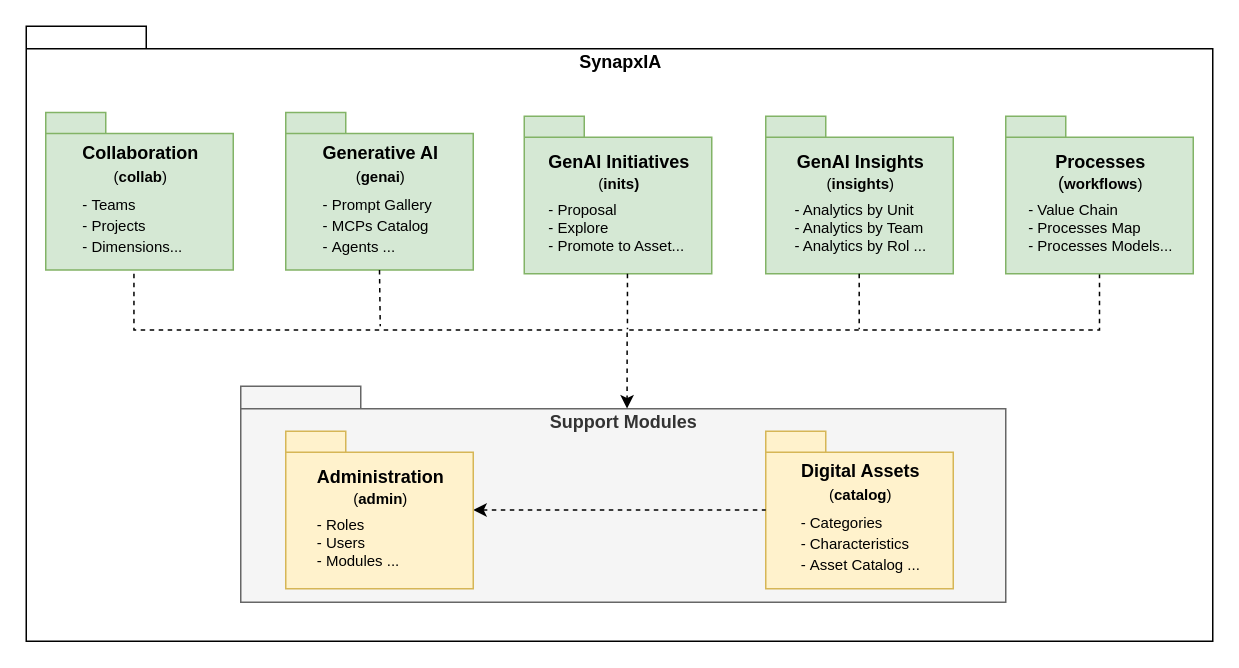
Earlier version of the draw.io diagram page "SynapxIA" (1 of 8) of docs/Synapxia.drawio (abc-flex/synapxia). Source tidied: cells renumbered, new cells numbered last; positions are measured from the earlier drawing's top-left corner, leaving out a move shared by most shapes. Both pictures are drawn from the tidied source at 150%, with x=0, y=0 at pixel (26, 26).
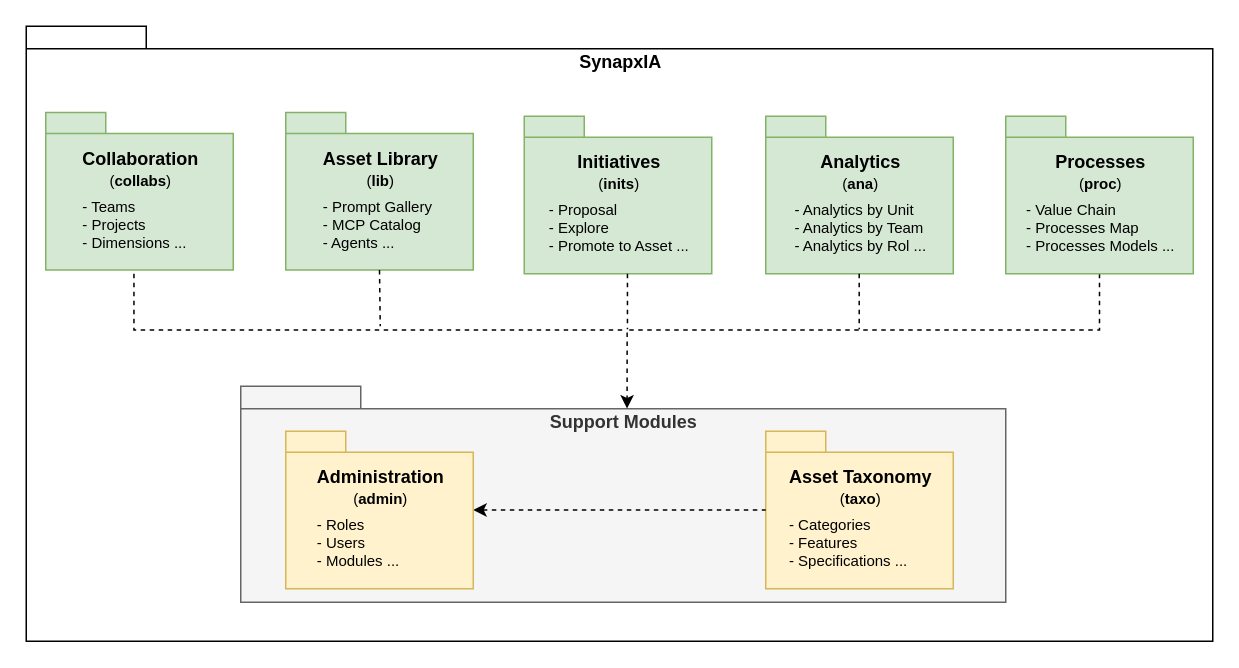
The same diagram, later.

Commit message (it also covers changes not shown here):
chore: proposal for models  update

Change to the diagram source:
```diff
@@
-    <mxCell id="4" value="Collaboration&lt;br&gt;&lt;font style=&quot;&quot;&gt;&lt;span style=&quot;font-weight: 400; font-size: 10px;&quot;&gt;(&lt;/span&gt;&lt;span style=&quot;font-size: 10px;&quot;&gt;collab&lt;/span&gt;&lt;/font&gt;&lt;font style=&quot;font-size: 4px;&quot;&gt;&lt;span style=&quot;font-size: 10px; font-weight: normal;&quot;&gt;)&lt;/span&gt;&lt;br&gt;&lt;div style=&quot;text-align: left;&quot;&gt;&lt;span style=&quot;font-weight: normal;&quot;&gt;&lt;font style=&quot;font-size: 4px;&quot;&gt;&lt;br&gt;&lt;/font&gt;&lt;/span&gt;&lt;/div&gt;&lt;/font&gt;&lt;div style=&quot;text-align: left;&quot;&gt;&lt;span style=&quot;font-size: 4px; font-weight: normal;&quot;&gt;&lt;font style=&quot;font-size: 10px;&quot;&gt;-&amp;nbsp;&lt;/font&gt;&lt;/span&gt;&lt;span style=&quot;background-color: transparent; text-align: center; font-size: 10px; font-weight: 400;&quot;&gt;Teams&lt;/span&gt;&lt;/div&gt;&lt;div style=&quot;text-align: left;&quot;&gt;&lt;span style=&quot;background-color: transparent; text-align: center; font-size: 10px; font-weight: 400;&quot;&gt;- Projects&lt;/span&gt;&lt;/div&gt;&lt;div style=&quot;text-align: left;&quot;&gt;&lt;span style=&quot;font-size: 10px; font-weight: normal;&quot;&gt;&lt;font style=&quot;font-size: 10px;&quot;&gt;-&amp;nbsp;&lt;/font&gt;&lt;/span&gt;&lt;span style=&quot;background-color: transparent; text-align: center; font-size: 10px; font-weight: 400;&quot;&gt;Dimensions&lt;/span&gt;&lt;span style=&quot;background-color: transparent; font-size: 10px; font-weight: 400; text-align: center; color: light-dark(rgb(0, 0, 0), rgb(255, 255, 255));&quot;&gt;...&lt;/span&gt;&lt;/div&gt;" style="shape=folder;fontStyle=1;spacingTop=12;tabWidth=40;tabHeight=14;tabPosition=left;html=1;fillColor=#d5e8d4;strokeColor=#82b366;" parent="1" vertex="1">
+    <mxCell id="4" value="Collaboration&lt;br&gt;&lt;font style=&quot;font-size: 10px;&quot;&gt;&lt;span style=&quot;font-weight: normal;&quot;&gt;(&lt;/span&gt;collabs&lt;/font&gt;&lt;font style=&quot;font-size: 10px;&quot;&gt;&lt;span style=&quot;font-weight: 400;&quot;&gt;)&lt;/span&gt;&lt;br&gt;&lt;div style=&quot;text-align: left; font-size: 4px;&quot;&gt;&lt;span style=&quot;font-weight: 400;&quot;&gt;&lt;br&gt;&lt;/span&gt;&lt;/div&gt;&lt;div style=&quot;text-align: left;&quot;&gt;&lt;span style=&quot;font-weight: 400;&quot;&gt;- Teams&lt;/span&gt;&lt;/div&gt;&lt;div style=&quot;text-align: left;&quot;&gt;&lt;span style=&quot;font-weight: 400;&quot;&gt;-&amp;nbsp;&lt;/span&gt;&lt;span style=&quot;font-weight: 400; background-color: transparent; color: light-dark(rgb(0, 0, 0), rgb(255, 255, 255));&quot;&gt;Projects&lt;/span&gt;&lt;/div&gt;&lt;div style=&quot;text-align: left;&quot;&gt;&lt;span style=&quot;font-weight: 400; background-color: transparent; color: light-dark(rgb(0, 0, 0), rgb(255, 255, 255));&quot;&gt;- Dimensions ...&lt;/span&gt;&lt;/div&gt;&lt;/font&gt;" style="shape=folder;fontStyle=1;spacingTop=12;tabWidth=40;tabHeight=14;tabPosition=left;html=1;fillColor=#d5e8d4;strokeColor=#82b366;" parent="1" vertex="1">
       <mxGeometry x="13" y="57.5" width="125" height="105" as="geometry" />
     </mxCell>
-    <mxCell id="5" value="Generative AI&lt;br style=&quot;border-color: var(--border-color);&quot;&gt;&lt;font style=&quot;border-color: var(--border-color); font-size: 10px;&quot;&gt;&lt;span style=&quot;font-weight: normal;&quot;&gt;(&lt;/span&gt;genai&lt;/font&gt;&lt;span style=&quot;border-color: var(--border-color); font-weight: normal; font-size: 10px;&quot;&gt;)&lt;br&gt;&lt;/span&gt;&lt;div style=&quot;text-align: left; font-size: 4px;&quot;&gt;&lt;span style=&quot;font-weight: normal;&quot;&gt;&lt;font style=&quot;font-size: 4px;&quot;&gt;&lt;br&gt;&lt;/font&gt;&lt;/span&gt;&lt;/div&gt;&lt;div style=&quot;text-align: left;&quot;&gt;&lt;span style=&quot;font-size: 10px; font-weight: normal; background-color: initial;&quot;&gt;-&amp;nbsp;&lt;/span&gt;&lt;span style=&quot;background-color: transparent; text-align: center; font-size: 10px; font-weight: 400;&quot;&gt;Prompt Gallery&lt;/span&gt;&lt;/div&gt;&lt;div style=&quot;text-align: left;&quot;&gt;&lt;span style=&quot;font-size: 10px; font-weight: normal;&quot;&gt;&lt;font style=&quot;font-size: 10px;&quot;&gt;-&amp;nbsp;&lt;/font&gt;&lt;/span&gt;&lt;span style=&quot;background-color: transparent; text-align: center; font-size: 10px; font-weight: 400;&quot;&gt;MCPs Catalog&lt;/span&gt;&lt;/div&gt;&lt;div style=&quot;text-align: left;&quot;&gt;&lt;span style=&quot;font-size: 10px; font-weight: normal; background-color: transparent; color: light-dark(rgb(0, 0, 0), rgb(255, 255, 255));&quot;&gt;-&amp;nbsp;&lt;/span&gt;&lt;span style=&quot;background-color: transparent; text-align: center; font-size: 10px; font-weight: 400;&quot;&gt;Agents ...&lt;/span&gt;&lt;/div&gt;" style="shape=folder;fontStyle=1;spacingTop=12;tabWidth=40;tabHeight=14;tabPosition=left;html=1;fillColor=#d5e8d4;strokeColor=#82b366;" parent="1" vertex="1">
+    <mxCell id="5" value="Asset Library&lt;br&gt;&lt;font style=&quot;font-size: 10px;&quot;&gt;&lt;span style=&quot;font-weight: normal;&quot;&gt;(&lt;/span&gt;lib&lt;/font&gt;&lt;font style=&quot;font-size: 10px;&quot;&gt;&lt;span style=&quot;font-weight: 400;&quot;&gt;)&lt;/span&gt;&lt;br&gt;&lt;div style=&quot;text-align: left; font-size: 4px;&quot;&gt;&lt;span style=&quot;font-weight: 400;&quot;&gt;&lt;br&gt;&lt;/span&gt;&lt;/div&gt;&lt;div style=&quot;text-align: left;&quot;&gt;&lt;span style=&quot;font-weight: 400;&quot;&gt;-&amp;nbsp;&lt;/span&gt;&lt;span style=&quot;font-weight: 400; background-color: transparent; color: light-dark(rgb(0, 0, 0), rgb(255, 255, 255));&quot;&gt;Prompt Gallery&lt;/span&gt;&lt;/div&gt;&lt;div style=&quot;text-align: left;&quot;&gt;&lt;span style=&quot;font-weight: 400;&quot;&gt;-&amp;nbsp;&lt;/span&gt;&lt;span style=&quot;font-weight: 400; background-color: transparent; color: light-dark(rgb(0, 0, 0), rgb(255, 255, 255));&quot;&gt;MCP Catalog&lt;/span&gt;&lt;/div&gt;&lt;div style=&quot;text-align: left;&quot;&gt;&lt;span style=&quot;font-weight: 400; background-color: transparent; color: light-dark(rgb(0, 0, 0), rgb(255, 255, 255));&quot;&gt;- Agents ...&lt;/span&gt;&lt;/div&gt;&lt;/font&gt;" style="shape=folder;fontStyle=1;spacingTop=12;tabWidth=40;tabHeight=14;tabPosition=left;html=1;fillColor=#d5e8d4;strokeColor=#82b366;" parent="1" vertex="1">
       <mxGeometry x="173" y="57.5" width="125" height="105" as="geometry" />
     </mxCell>
-    <mxCell id="6" value="GenAI Initiatives&lt;br&gt;&lt;font style=&quot;font-size: 10px;&quot;&gt;&lt;span style=&quot;font-weight: normal;&quot;&gt;(&lt;/span&gt;inits&lt;/font&gt;&lt;font style=&quot;font-size: 10px;&quot;&gt;)&lt;br&gt;&lt;div style=&quot;text-align: left; font-size: 4px;&quot;&gt;&lt;span style=&quot;font-weight: 400;&quot;&gt;&lt;br&gt;&lt;/span&gt;&lt;/div&gt;&lt;div style=&quot;text-align: left;&quot;&gt;&lt;span style=&quot;font-weight: 400;&quot;&gt;-&amp;nbsp;&lt;/span&gt;&lt;span style=&quot;font-weight: 400; background-color: transparent; color: light-dark(rgb(0, 0, 0), rgb(255, 255, 255));&quot;&gt;Proposal&lt;/span&gt;&lt;/div&gt;&lt;div style=&quot;text-align: left;&quot;&gt;&lt;span style=&quot;font-weight: 400;&quot;&gt;-&amp;nbsp;&lt;/span&gt;&lt;span style=&quot;font-weight: 400; background-color: transparent; color: light-dark(rgb(0, 0, 0), rgb(255, 255, 255));&quot;&gt;Explore&lt;/span&gt;&lt;/div&gt;&lt;div style=&quot;text-align: left;&quot;&gt;&lt;span style=&quot;font-weight: 400; background-color: transparent; color: light-dark(rgb(0, 0, 0), rgb(255, 255, 255));&quot;&gt;- Promote to Asset...&lt;/span&gt;&lt;/div&gt;&lt;/font&gt;" style="shape=folder;fontStyle=1;spacingTop=10;tabWidth=40;tabHeight=14;tabPosition=left;html=1;fillColor=#d5e8d4;strokeColor=#82b366;align=center;verticalAlign=middle;fontFamily=Helvetica;fontSize=12;fontColor=default;" parent="1" vertex="1">
+    <mxCell id="6" value="Initiatives&lt;br&gt;&lt;font style=&quot;font-size: 10px;&quot;&gt;&lt;span style=&quot;font-weight: normal;&quot;&gt;(&lt;/span&gt;inits&lt;/font&gt;&lt;font style=&quot;font-size: 10px;&quot;&gt;&lt;span style=&quot;font-weight: 400;&quot;&gt;)&lt;/span&gt;&lt;br&gt;&lt;div style=&quot;text-align: left; font-size: 4px;&quot;&gt;&lt;span style=&quot;font-weight: 400;&quot;&gt;&lt;br&gt;&lt;/span&gt;&lt;/div&gt;&lt;div style=&quot;text-align: left;&quot;&gt;&lt;span style=&quot;font-weight: 400;&quot;&gt;-&amp;nbsp;&lt;/span&gt;&lt;span style=&quot;font-weight: 400; background-color: transparent; color: light-dark(rgb(0, 0, 0), rgb(255, 255, 255));&quot;&gt;Proposal&lt;/span&gt;&lt;/div&gt;&lt;div style=&quot;text-align: left;&quot;&gt;&lt;span style=&quot;font-weight: 400;&quot;&gt;-&amp;nbsp;&lt;/span&gt;&lt;span style=&quot;font-weight: 400; background-color: transparent; color: light-dark(rgb(0, 0, 0), rgb(255, 255, 255));&quot;&gt;Explore&lt;/span&gt;&lt;/div&gt;&lt;div style=&quot;text-align: left;&quot;&gt;&lt;span style=&quot;font-weight: 400; background-color: transparent; color: light-dark(rgb(0, 0, 0), rgb(255, 255, 255));&quot;&gt;- Promote to Asset ...&lt;/span&gt;&lt;/div&gt;&lt;/font&gt;" style="shape=folder;fontStyle=1;spacingTop=10;tabWidth=40;tabHeight=14;tabPosition=left;html=1;fillColor=#d5e8d4;strokeColor=#82b366;align=center;verticalAlign=middle;fontFamily=Helvetica;fontSize=12;fontColor=default;" parent="1" vertex="1">
       <mxGeometry x="332" y="60" width="125" height="105" as="geometry" />
     </mxCell>
-    <mxCell id="7" value="GenAI Insights&lt;br style=&quot;border-color: var(--border-color);&quot;&gt;&lt;font style=&quot;border-color: var(--border-color); font-size: 10px;&quot;&gt;&lt;span style=&quot;font-weight: normal;&quot;&gt;(&lt;/span&gt;&lt;/font&gt;&lt;font style=&quot;border-color: var(--border-color); font-size: 4px;&quot;&gt;&lt;span style=&quot;border-color: var(--border-color); font-size: 10px;&quot;&gt;insights&lt;/span&gt;&lt;span style=&quot;border-color: var(--border-color); font-size: 10px; font-weight: normal;&quot;&gt;)&lt;/span&gt;&lt;br style=&quot;border-color: var(--border-color);&quot;&gt;&lt;div style=&quot;border-color: var(--border-color); text-align: left;&quot;&gt;&lt;span style=&quot;border-color: var(--border-color); font-weight: 400;&quot;&gt;&lt;br style=&quot;border-color: var(--border-color);&quot;&gt;&lt;/span&gt;&lt;/div&gt;&lt;div style=&quot;border-color: var(--border-color); text-align: left;&quot;&gt;&lt;span style=&quot;border-color: var(--border-color); font-size: 10px; font-weight: normal; background-color: initial;&quot;&gt;- Analytics by Unit&lt;/span&gt;&lt;br style=&quot;border-color: var(--border-color);&quot;&gt;&lt;/div&gt;&lt;/font&gt;&lt;div style=&quot;border-color: var(--border-color); text-align: left; font-size: 10px;&quot;&gt;&lt;font style=&quot;border-color: var(--border-color); font-weight: normal;&quot;&gt;- &lt;/font&gt;&lt;span style=&quot;font-weight: 400; background-color: transparent; color: light-dark(rgb(0, 0, 0), rgb(255, 255, 255));&quot;&gt;Analytics by Team&lt;/span&gt;&lt;/div&gt;&lt;div style=&quot;border-color: var(--border-color); text-align: left; font-size: 10px;&quot;&gt;&lt;font style=&quot;border-color: var(--border-color); font-weight: normal;&quot;&gt;- Analytics by Rol ...&lt;/font&gt;&lt;/div&gt;" style="shape=folder;fontStyle=1;spacingTop=10;tabWidth=40;tabHeight=14;tabPosition=left;html=1;fillColor=#d5e8d4;strokeColor=#82b366;" parent="1" vertex="1">
+    <mxCell id="7" value="Analytics&lt;br style=&quot;border-color: var(--border-color);&quot;&gt;&lt;font style=&quot;border-color: var(--border-color); font-size: 10px;&quot;&gt;&lt;span style=&quot;font-weight: normal;&quot;&gt;(&lt;/span&gt;&lt;/font&gt;&lt;font style=&quot;border-color: var(--border-color); font-size: 4px;&quot;&gt;&lt;span style=&quot;border-color: var(--border-color); font-size: 10px;&quot;&gt;ana&lt;/span&gt;&lt;span style=&quot;border-color: var(--border-color); font-size: 10px; font-weight: normal;&quot;&gt;)&lt;/span&gt;&lt;br style=&quot;border-color: var(--border-color);&quot;&gt;&lt;div style=&quot;border-color: var(--border-color); text-align: left;&quot;&gt;&lt;span style=&quot;border-color: var(--border-color); font-weight: 400;&quot;&gt;&lt;br style=&quot;border-color: var(--border-color);&quot;&gt;&lt;/span&gt;&lt;/div&gt;&lt;div style=&quot;border-color: var(--border-color); text-align: left;&quot;&gt;&lt;span style=&quot;border-color: var(--border-color); font-size: 10px; font-weight: normal; background-color: initial;&quot;&gt;- Analytics by Unit&lt;/span&gt;&lt;br style=&quot;border-color: var(--border-color);&quot;&gt;&lt;/div&gt;&lt;/font&gt;&lt;div style=&quot;border-color: var(--border-color); text-align: left; font-size: 10px;&quot;&gt;&lt;font style=&quot;border-color: var(--border-color); font-weight: normal;&quot;&gt;- &lt;/font&gt;&lt;span style=&quot;font-weight: 400; background-color: transparent; color: light-dark(rgb(0, 0, 0), rgb(255, 255, 255));&quot;&gt;Analytics by Team&lt;/span&gt;&lt;/div&gt;&lt;div style=&quot;border-color: var(--border-color); text-align: left; font-size: 10px;&quot;&gt;&lt;font style=&quot;border-color: var(--border-color); font-weight: normal;&quot;&gt;- Analytics by Rol ...&lt;/font&gt;&lt;/div&gt;" style="shape=folder;fontStyle=1;spacingTop=10;tabWidth=40;tabHeight=14;tabPosition=left;html=1;fillColor=#d5e8d4;strokeColor=#82b366;" parent="1" vertex="1">
       <mxGeometry x="493" y="60" width="125" height="105" as="geometry" />
     </mxCell>
-    <mxCell id="8" value="Digital Assets&lt;br&gt;&lt;font style=&quot;&quot;&gt;&lt;span style=&quot;font-size: 10px; border-color: rgb(218, 218, 218); font-weight: normal;&quot;&gt;(&lt;/span&gt;&lt;span style=&quot;font-size: 10px; border-color: rgb(218, 218, 218);&quot;&gt;catalog&lt;/span&gt;&lt;span style=&quot;font-size: 10px; font-weight: normal;&quot;&gt;)&lt;/span&gt;&lt;br&gt;&lt;div style=&quot;font-size: 4px; text-align: left;&quot;&gt;&lt;span style=&quot;font-weight: 400;&quot;&gt;&lt;br&gt;&lt;/span&gt;&lt;/div&gt;&lt;div style=&quot;text-align: left;&quot;&gt;&lt;span style=&quot;font-size: 10px; font-weight: 400;&quot;&gt;- Categories&lt;/span&gt;&lt;/div&gt;&lt;div style=&quot;text-align: left;&quot;&gt;&lt;span style=&quot;background-color: transparent; color: light-dark(rgb(0, 0, 0), rgb(255, 255, 255)); font-size: 10px; font-weight: 400;&quot;&gt;-&amp;nbsp;&lt;/span&gt;&lt;span style=&quot;background-color: transparent; color: light-dark(rgb(0, 0, 0), rgb(255, 255, 255)); text-align: center; font-size: 10px; font-weight: 400;&quot;&gt;Characteristics&lt;/span&gt;&lt;/div&gt;&lt;div style=&quot;text-align: left;&quot;&gt;&lt;span style=&quot;background-color: transparent; color: light-dark(rgb(0, 0, 0), rgb(255, 255, 255)); font-size: 10px; font-weight: 400;&quot;&gt;-&amp;nbsp;&lt;/span&gt;&lt;span style=&quot;background-color: transparent; color: light-dark(rgb(0, 0, 0), rgb(255, 255, 255)); text-align: center; font-size: 10px; font-weight: 400;&quot;&gt;Asset Catalog&amp;nbsp;&lt;/span&gt;&lt;span style=&quot;background-color: transparent; color: light-dark(rgb(0, 0, 0), rgb(255, 255, 255)); text-align: center; font-size: 10px; font-weight: 400;&quot;&gt;...&lt;/span&gt;&lt;/div&gt;&lt;/font&gt;" style="shape=folder;fontStyle=1;spacingTop=10;tabWidth=40;tabHeight=14;tabPosition=left;html=1;fillColor=#fff2cc;strokeColor=#d6b656;" parent="1" vertex="1">
+    <mxCell id="8" value="Asset Taxonomy&lt;br&gt;&lt;font style=&quot;font-size: 10px;&quot;&gt;&lt;span style=&quot;font-weight: normal;&quot;&gt;(&lt;/span&gt;taxo&lt;/font&gt;&lt;font style=&quot;font-size: 10px;&quot;&gt;&lt;span style=&quot;font-weight: 400;&quot;&gt;)&lt;/span&gt;&lt;br&gt;&lt;div style=&quot;text-align: left; font-size: 4px;&quot;&gt;&lt;span style=&quot;font-weight: 400;&quot;&gt;&lt;br&gt;&lt;/span&gt;&lt;/div&gt;&lt;div style=&quot;text-align: left;&quot;&gt;&lt;span style=&quot;font-weight: 400;&quot;&gt;-&amp;nbsp;&lt;/span&gt;&lt;span style=&quot;font-weight: 400; background-color: transparent; color: light-dark(rgb(0, 0, 0), rgb(255, 255, 255));&quot;&gt;Categories&lt;/span&gt;&lt;/div&gt;&lt;div style=&quot;text-align: left;&quot;&gt;&lt;span style=&quot;font-weight: 400;&quot;&gt;- Feature&lt;/span&gt;&lt;span style=&quot;font-weight: 400; background-color: transparent; color: light-dark(rgb(0, 0, 0), rgb(255, 255, 255));&quot;&gt;s&lt;/span&gt;&lt;/div&gt;&lt;div style=&quot;text-align: left;&quot;&gt;&lt;span style=&quot;font-weight: 400; background-color: transparent; color: light-dark(rgb(0, 0, 0), rgb(255, 255, 255));&quot;&gt;- Specifications ...&lt;/span&gt;&lt;/div&gt;&lt;/font&gt;" style="shape=folder;fontStyle=1;spacingTop=10;tabWidth=40;tabHeight=14;tabPosition=left;html=1;fillColor=#fff2cc;strokeColor=#d6b656;" parent="1" vertex="1">
       <mxGeometry x="493" y="270" width="125" height="105" as="geometry" />
     </mxCell>
@@
-    <mxCell id="10" value="Processes&lt;br style=&quot;border-color: var(--border-color);&quot;&gt;&lt;font style=&quot;border-color: var(--border-color);&quot;&gt;&lt;span style=&quot;font-weight: normal;&quot;&gt;(&lt;/span&gt;&lt;span style=&quot;border-color: var(--border-color); font-size: 10px;&quot;&gt;workflows&lt;/span&gt;&lt;/font&gt;&lt;font style=&quot;border-color: var(--border-color); font-size: 10px; font-weight: normal;&quot;&gt;)&lt;br style=&quot;border-color: var(--border-color);&quot;&gt;&lt;/font&gt;&lt;div style=&quot;border-color: var(--border-color); text-align: left; font-size: 4px;&quot;&gt;&lt;font style=&quot;border-color: var(--border-color);&quot;&gt;&lt;br style=&quot;border-color: var(--border-color);&quot;&gt;&lt;/font&gt;&lt;/div&gt;&lt;div style=&quot;border-color: var(--border-color); text-align: left; font-size: 4px;&quot;&gt;&lt;span style=&quot;border-color: var(--border-color); font-weight: normal;&quot;&gt;&lt;font style=&quot;border-color: var(--border-color); font-size: 10px;&quot;&gt;- Value Chain&lt;/font&gt;&lt;/span&gt;&lt;/div&gt;&lt;div style=&quot;border-color: var(--border-color); text-align: left; font-size: 10px;&quot;&gt;&lt;span style=&quot;border-color: var(--border-color); font-weight: normal;&quot;&gt;- Processes Map&lt;/span&gt;&lt;/div&gt;&lt;div style=&quot;border-color: var(--border-color); text-align: left; font-size: 10px;&quot;&gt;&lt;span style=&quot;font-weight: 400;&quot;&gt;-&amp;nbsp;&lt;/span&gt;&lt;span style=&quot;font-weight: 400; background-color: transparent; color: light-dark(rgb(0, 0, 0), rgb(255, 255, 255));&quot;&gt;Processes Models&lt;/span&gt;&lt;span style=&quot;font-weight: 400; background-color: transparent; color: light-dark(rgb(0, 0, 0), rgb(255, 255, 255));&quot;&gt;...&lt;/span&gt;&lt;/div&gt;" style="shape=folder;fontStyle=1;spacingTop=10;tabWidth=40;tabHeight=14;tabPosition=left;html=1;fillColor=#d5e8d4;strokeColor=#82b366;" parent="1" vertex="1">
+    <mxCell id="10" value="Processes&lt;br style=&quot;border-color: var(--border-color);&quot;&gt;&lt;font style=&quot;border-color: var(--border-color); font-size: 10px;&quot;&gt;&lt;span style=&quot;font-weight: normal;&quot;&gt;(&lt;/span&gt;&lt;span style=&quot;border-color: var(--border-color);&quot;&gt;proc&lt;/span&gt;&lt;/font&gt;&lt;font style=&quot;border-color: var(--border-color); font-weight: normal;&quot;&gt;&lt;font style=&quot;font-size: 10px;&quot;&gt;)&lt;/font&gt;&lt;br style=&quot;border-color: var(--border-color);&quot;&gt;&lt;/font&gt;&lt;div style=&quot;border-color: var(--border-color); text-align: left; font-size: 4px;&quot;&gt;&lt;font style=&quot;border-color: var(--border-color);&quot;&gt;&lt;br style=&quot;border-color: var(--border-color);&quot;&gt;&lt;/font&gt;&lt;/div&gt;&lt;div style=&quot;border-color: var(--border-color); text-align: left; font-size: 4px;&quot;&gt;&lt;span style=&quot;border-color: var(--border-color); font-weight: normal;&quot;&gt;&lt;font style=&quot;border-color: var(--border-color); font-size: 10px;&quot;&gt;- Value Chain&lt;/font&gt;&lt;/span&gt;&lt;/div&gt;&lt;div style=&quot;border-color: var(--border-color); text-align: left; font-size: 10px;&quot;&gt;&lt;span style=&quot;border-color: var(--border-color); font-weight: normal;&quot;&gt;- Processes Map&lt;/span&gt;&lt;/div&gt;&lt;div style=&quot;border-color: var(--border-color); text-align: left; font-size: 10px;&quot;&gt;&lt;span style=&quot;font-weight: 400;&quot;&gt;-&amp;nbsp;&lt;/span&gt;&lt;span style=&quot;font-weight: 400; background-color: transparent; color: light-dark(rgb(0, 0, 0), rgb(255, 255, 255));&quot;&gt;Processes Models&amp;nbsp;&lt;/span&gt;&lt;span style=&quot;font-weight: 400; background-color: transparent; color: light-dark(rgb(0, 0, 0), rgb(255, 255, 255));&quot;&gt;...&lt;/span&gt;&lt;/div&gt;" style="shape=folder;fontStyle=1;spacingTop=10;tabWidth=40;tabHeight=14;tabPosition=left;html=1;fillColor=#d5e8d4;strokeColor=#82b366;" parent="1" vertex="1">
       <mxGeometry x="653" y="60" width="125" height="105" as="geometry" />
     </mxCell>
```
